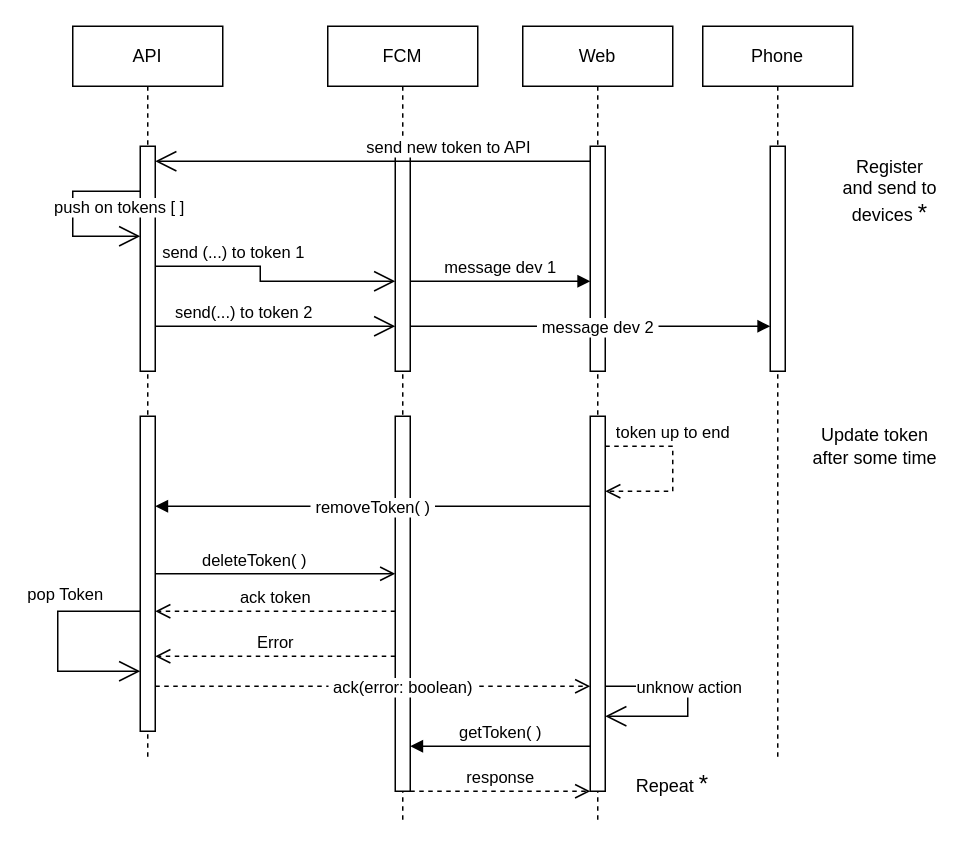
The draw.io diagram Secuencia firebase token FCM.drawio in ariel0000/bar-app-diagrams, before the edit. Source tidied: cells renumbered, new cells numbered last; positions are measured from the earlier drawing's top-left corner, leaving out a move shared by most shapes. Both pictures are drawn from the tidied source at 150%, with x=0, y=0 at pixel (57, 26).
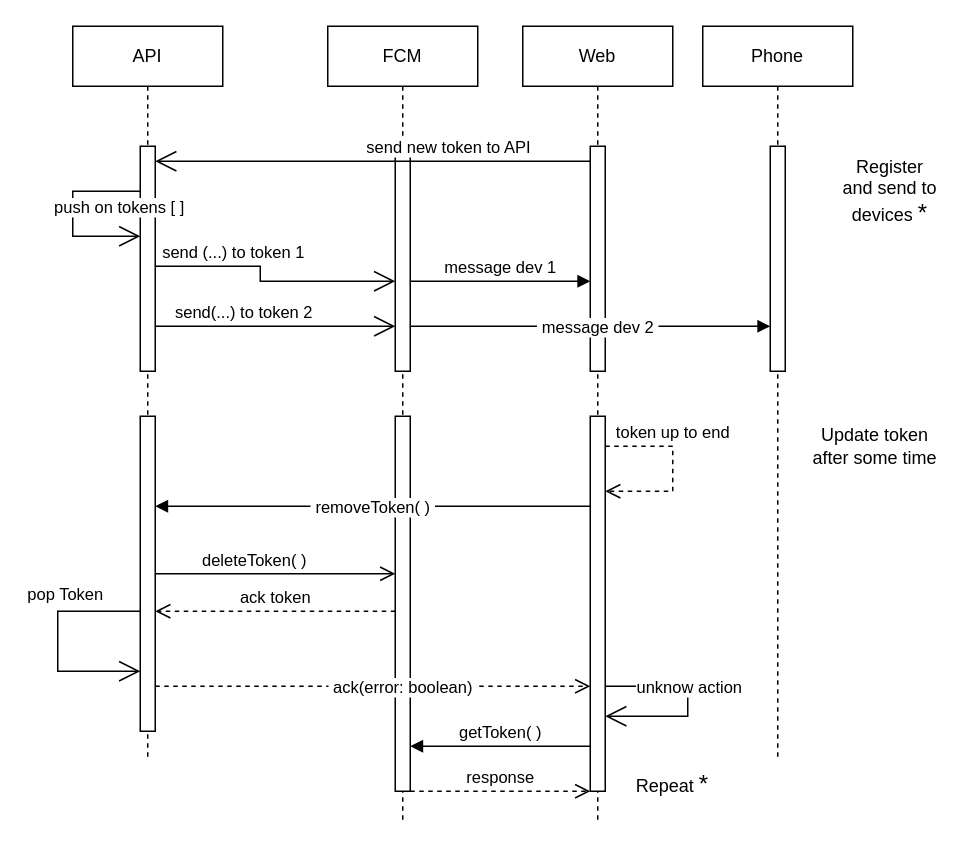
The same diagram, later.

Unchanged cells that the change refers to:
```xml
<mxCell id="6" style="html=1;points=[];perimeter=orthogonalPerimeter;outlineConnect=0;targetShapes=umlLifeline;portConstraint=eastwest;newEdgeStyle={&quot;edgeStyle&quot;:&quot;elbowEdgeStyle&quot;,&quot;elbow&quot;:&quot;vertical&quot;,&quot;curved&quot;:0,&quot;rounded&quot;:0};" parent="2" vertex="1">
  <mxGeometry x="45" y="260" width="10" height="210" as="geometry" />
</mxCell>
<mxCell id="11" style="html=1;points=[];perimeter=orthogonalPerimeter;outlineConnect=0;targetShapes=umlLifeline;portConstraint=eastwest;newEdgeStyle={&quot;edgeStyle&quot;:&quot;elbowEdgeStyle&quot;,&quot;elbow&quot;:&quot;vertical&quot;,&quot;curved&quot;:0,&quot;rounded&quot;:0};" parent="9" vertex="1">
  <mxGeometry x="45" y="260" width="10" height="250" as="geometry" />
</mxCell>
```

Change to the diagram source:
```diff
@@
-    <mxCell id="31" value="Error" style="html=1;verticalAlign=bottom;endArrow=open;dashed=1;endSize=8;curved=0;rounded=0;" parent="1" edge="1" source="11" target="6">
-      <mxGeometry relative="1" as="geometry">
-        <Array as="points">
-          <mxPoint x="150" y="420" />
-        </Array>
-      </mxGeometry>
-    </mxCell>
```
